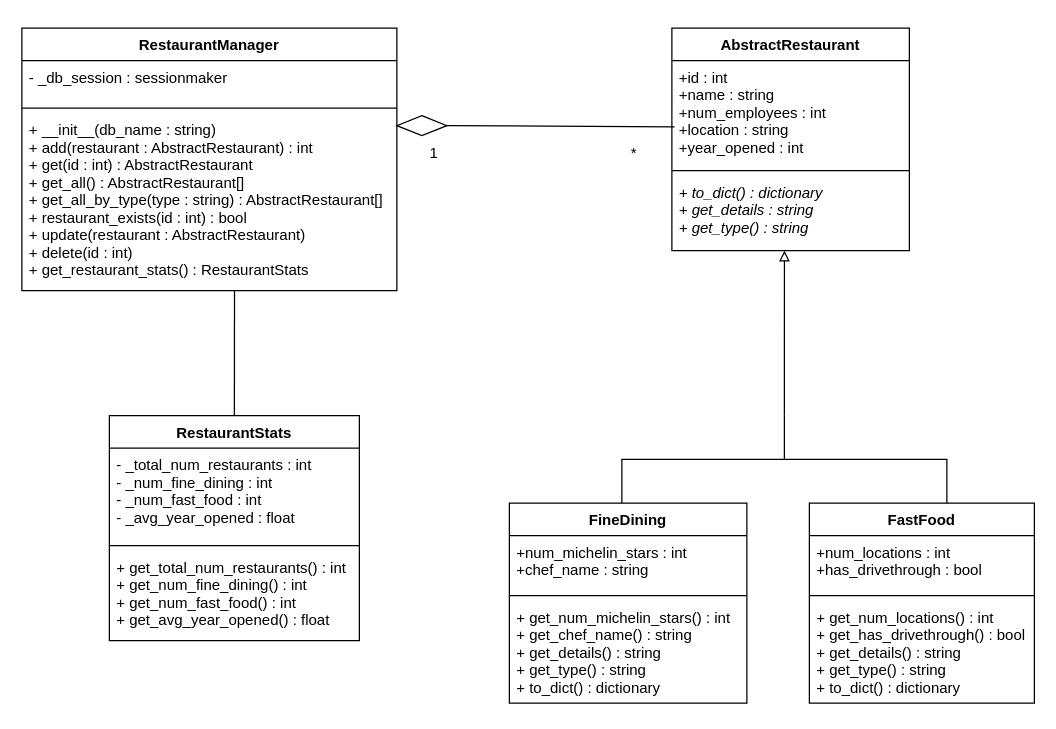
The draw.io diagram UML.drawio in memoryofzero/ACIT2515_Assignment, before the edit. Source tidied: cells renumbered, new cells numbered last; positions are measured from the earlier drawing's top-left corner, leaving out a move shared by most shapes. Both pictures are drawn from the tidied source at 125%, with x=0, y=0 at pixel (21, 28).
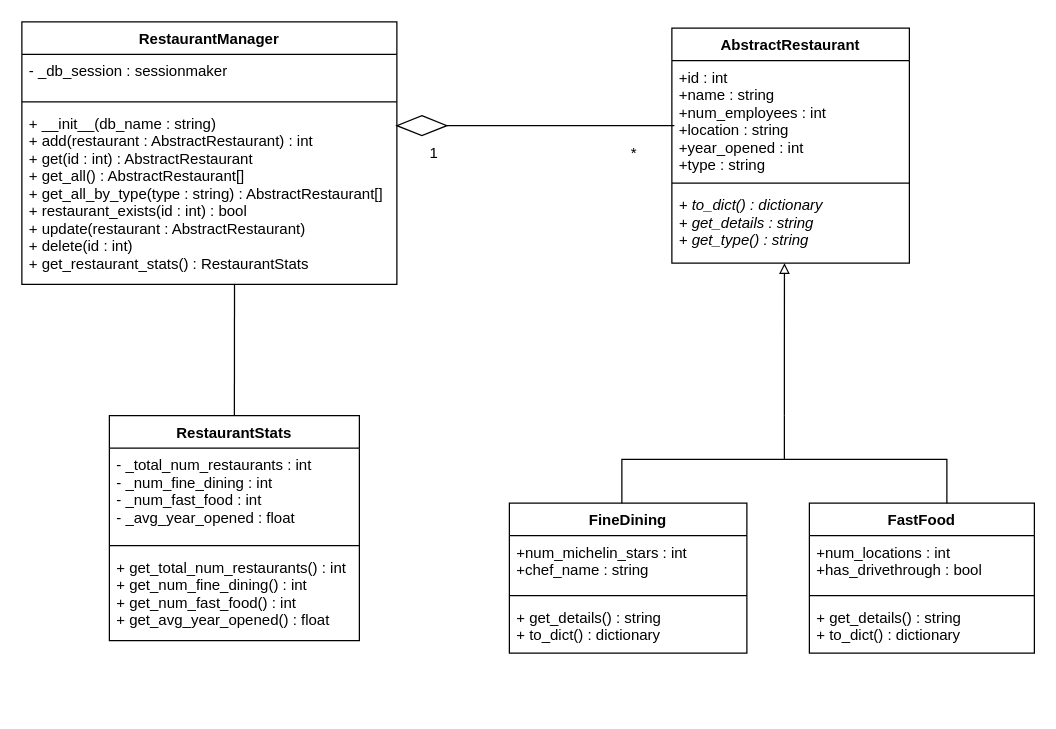
The same page after the edit.

Commit message (it also covers changes not shown here):
Added GUI - updated UML

Unchanged cells that the change refers to:
```xml
<mxCell id="20" style="rhombus;whiteSpace=wrap;html=1;strokeWidth=1;" parent="1" vertex="1">
  <mxGeometry x="300" y="70" width="40" height="16" as="geometry" />
</mxCell>
```

What changed in the source:
```diff
@@
     <mxCell id="2" value="AbstractRestaurant" style="swimlane;fontStyle=1;align=center;verticalAlign=top;horizontal=1;startSize=26;" parent="1" vertex="1">
-      <mxGeometry x="520" width="190" height="178" as="geometry" />
+      <mxGeometry x="520" width="190" height="188" as="geometry" />
     </mxCell>
-    <mxCell id="3" value="+id : int&#10;+name : string&#10;+num_employees : int&#10;+location : string&#10;+year_opened : int" style="text;strokeColor=none;fillColor=none;align=left;verticalAlign=top;spacingLeft=4;spacingRight=4;overflow=hidden;points=[[0,0.5],[1,0.5]];portConstraint=eastwest;" parent="2" vertex="1">
-      <mxGeometry y="26" width="190" height="84" as="geometry" />
+    <mxCell id="3" value="+id : int&#10;+name : string&#10;+num_employees : int&#10;+location : string&#10;+year_opened : int&#10;+type : string" style="text;strokeColor=none;fillColor=none;align=left;verticalAlign=top;spacingLeft=4;spacingRight=4;overflow=hidden;points=[[0,0.5],[1,0.5]];portConstraint=eastwest;" parent="2" vertex="1">
+      <mxGeometry y="26" width="190" height="94" as="geometry" />
     </mxCell>
     <mxCell id="4" style="line;strokeWidth=1;fillColor=none;align=left;verticalAlign=middle;spacingTop=-1;spacingLeft=3;spacingRight=3;labelPosition=right;" parent="2" vertex="1">
-      <mxGeometry y="110" width="190" height="8" as="geometry" />
+      <mxGeometry y="120" width="190" height="8" as="geometry" />
     </mxCell>
     <mxCell id="5" value="+ to_dict() : dictionary&#10;+ get_details : string&#10;+ get_type() : string" style="text;strokeColor=none;fillColor=none;align=left;verticalAlign=top;spacingLeft=4;spacingRight=4;overflow=hidden;points=[[0,0.5],[1,0.5]];portConstraint=eastwest;fontStyle=2;" parent="2" vertex="1">
-      <mxGeometry y="118" width="190" height="60" as="geometry" />
+      <mxGeometry y="128" width="190" height="60" as="geometry" />
     </mxCell>
     <mxCell id="6" value="FineDining" style="swimlane;fontStyle=1;align=center;verticalAlign=top;horizontal=1;startSize=26;" parent="1" vertex="1">
-      <mxGeometry x="390" y="380" width="190" height="160" as="geometry" />
+      <mxGeometry x="390" y="380" width="190" height="120" as="geometry" />
     </mxCell>
@@
-    <mxCell id="9" value="+ get_num_michelin_stars() : int&#10;+ get_chef_name() : string&#10;+ get_details() : string&#10;+ get_type() : string&#10;+ to_dict() : dictionary" style="text;strokeColor=none;fillColor=none;align=left;verticalAlign=top;spacingLeft=4;spacingRight=4;overflow=hidden;" parent="6" vertex="1">
-      <mxGeometry y="78" width="190" height="82" as="geometry" />
+    <mxCell id="9" value="+ get_details() : string&#10;+ to_dict() : dictionary" style="text;strokeColor=none;fillColor=none;align=left;verticalAlign=top;spacingLeft=4;spacingRight=4;overflow=hidden;" parent="6" vertex="1">
+      <mxGeometry y="78" width="190" height="42" as="geometry" />
     </mxCell>
     <mxCell id="10" value="FastFood" style="swimlane;fontStyle=1;align=center;verticalAlign=top;horizontal=1;startSize=26;" parent="1" vertex="1">
-      <mxGeometry x="630" y="380" width="180" height="160" as="geometry" />
+      <mxGeometry x="630" y="380" width="180" height="120" as="geometry" />
     </mxCell>
@@
-    <mxCell id="13" value="+ get_num_locations() : int&#10;+ get_has_drivethrough() : bool&#10;+ get_details() : string&#10;+ get_type() : string&#10;+ to_dict() : dictionary" style="text;strokeColor=none;fillColor=none;align=left;verticalAlign=top;spacingLeft=4;spacingRight=4;overflow=hidden;" parent="10" vertex="1">
-      <mxGeometry y="78" width="180" height="82" as="geometry" />
+    <mxCell id="13" value="+ get_details() : string&#10;+ to_dict() : dictionary" style="text;strokeColor=none;fillColor=none;align=left;verticalAlign=top;spacingLeft=4;spacingRight=4;overflow=hidden;" parent="10" vertex="1">
+      <mxGeometry y="78" width="180" height="42" as="geometry" />
     </mxCell>
@@
     <mxCell id="16" value="RestaurantManager" style="swimlane;fontStyle=1;align=center;verticalAlign=top;horizontal=1;startSize=26;strokeWidth=1;" parent="1" vertex="1">
-      <mxGeometry width="300" height="210" as="geometry" />
+      <mxGeometry y="-5" width="300" height="210" as="geometry" />
     </mxCell>
@@
-    <mxCell id="21" style="endArrow=none;html=1;exitX=1;exitY=0.5;exitDx=0;exitDy=0;entryX=0.011;entryY=0.631;entryDx=0;entryDy=0;entryPerimeter=0;" parent="1" edge="1" source="20" target="3">
-      <mxGeometry relative="1" as="geometry" />
+    <mxCell id="21" style="endArrow=none;html=1;exitX=1;exitY=0.5;exitDx=0;exitDy=0;" parent="1" edge="1" source="20">
+      <mxGeometry relative="1" as="geometry">
+        <mxPoint x="522" y="78" as="targetPoint" />
+      </mxGeometry>
     </mxCell>
```
